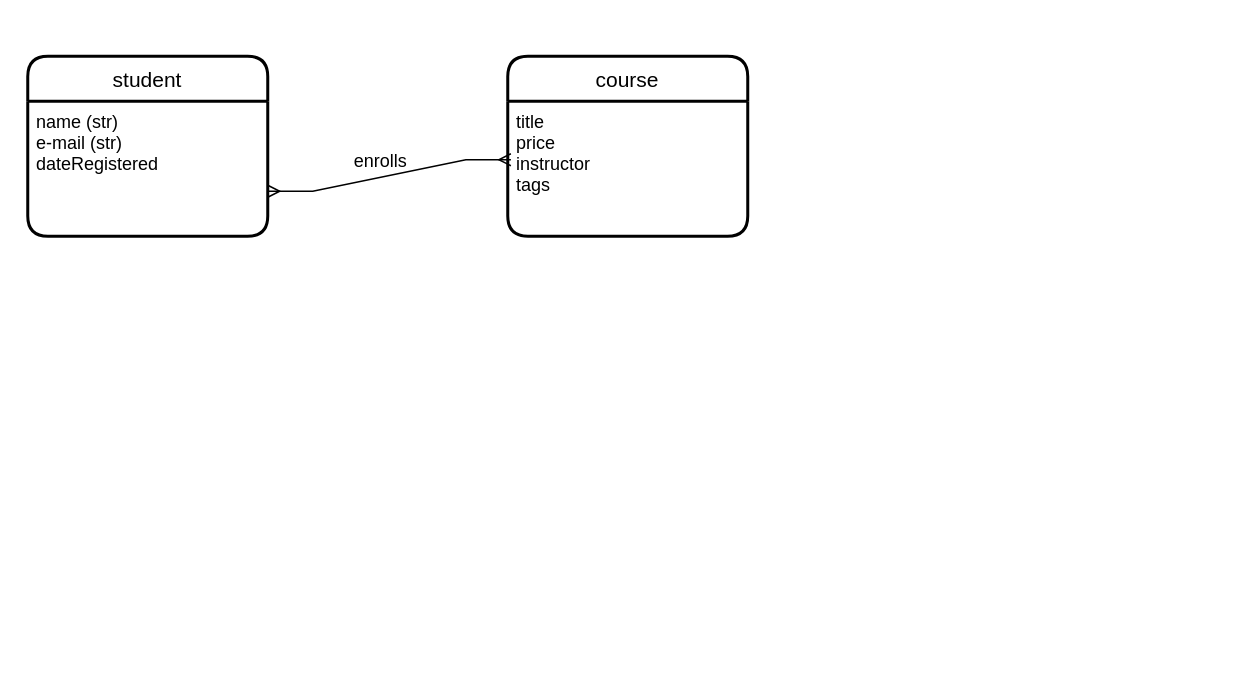
Above: Untitled Diagram.drawio in karma201799/karma201799 (draw.io), before the change. Source tidied: cells renumbered, new cells numbered last; positions are measured from the earlier drawing's top-left corner, leaving out a move shared by most shapes. Both pictures are drawn from the tidied source at 150%, with x=0, y=0 at pixel (27, 56).
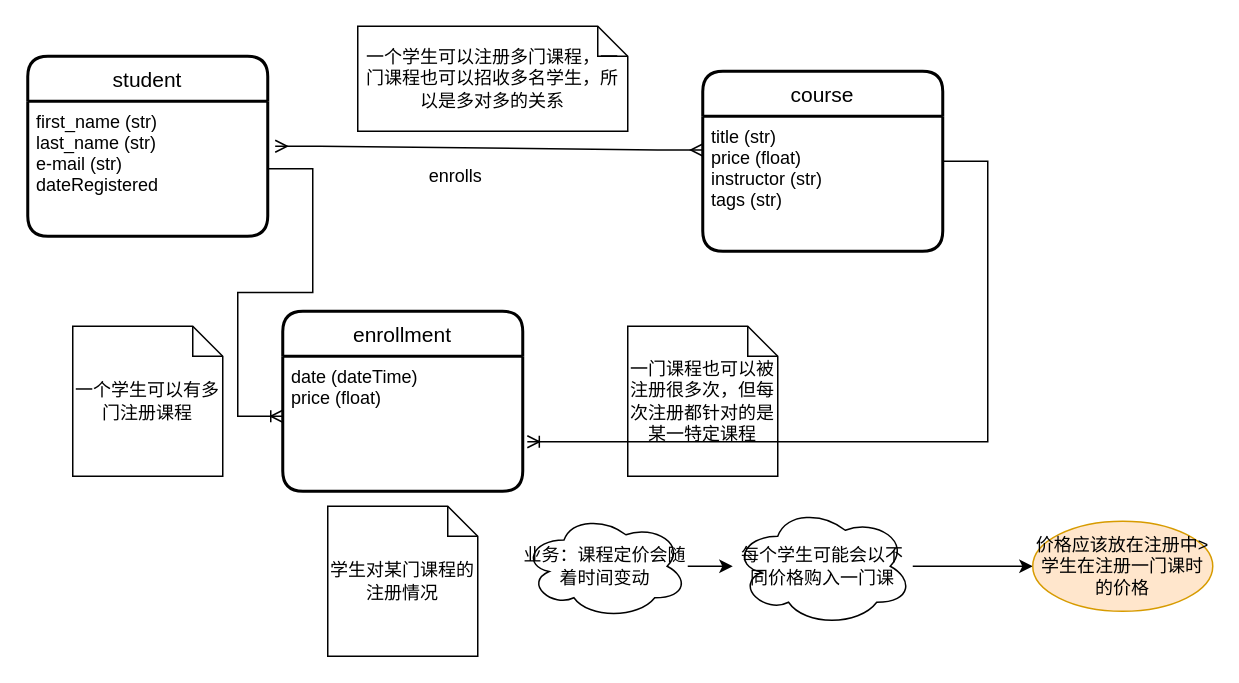
After the change.

The change refers to these unchanged cells:
```xml
<mxCell id="2" value="student" style="swimlane;horizontal=1;startSize=30;rounded=1;fontSize=14;fontStyle=0;strokeWidth=2;shadow=0;dashed=0;align=center;" parent="1" vertex="1">
  <mxGeometry width="160" height="120" as="geometry" />
</mxCell>
```

Change to the diagram source:
```diff
@@
-    <mxCell id="3" value="name (str)&#10;e-mail (str)&#10;dateRegistered" style="align=left;strokeColor=none;fillColor=none;spacingLeft=4;fontSize=12;verticalAlign=top;" parent="2" vertex="1">
+    <mxCell id="3" value="first_name (str)&#10;last_name (str)&#10;e-mail (str)&#10;dateRegistered" style="align=left;strokeColor=none;fillColor=none;spacingLeft=4;fontSize=12;verticalAlign=top;" parent="2" vertex="1">
       <mxGeometry y="30" width="160" height="90" as="geometry" />
     </mxCell>
     <mxCell id="4" value="course" style="swimlane;horizontal=1;startSize=30;rounded=1;fontSize=14;fontStyle=0;strokeWidth=2;shadow=0;dashed=0;align=center;" parent="1" vertex="1">
-      <mxGeometry x="320" width="160" height="120" as="geometry" />
+      <mxGeometry x="450" y="10" width="160" height="120" as="geometry" />
     </mxCell>
-    <mxCell id="5" value="title&#10;price&#10;instructor&#10;tags" style="align=left;strokeColor=none;fillColor=none;spacingLeft=4;fontSize=12;verticalAlign=top;" parent="4" vertex="1">
+    <mxCell id="5" value="title (str)&#10;price (float)&#10;instructor (str)&#10;tags (str)" style="align=left;strokeColor=none;fillColor=none;spacingLeft=4;fontSize=12;verticalAlign=top;" parent="4" vertex="1">
       <mxGeometry y="30" width="160" height="90" as="geometry" />
     </mxCell>
-    <mxCell id="6" style="edgeStyle=entityRelationEdgeStyle;fontSize=12;html=1;endArrow=ERmany;startArrow=ERmany;rounded=0;entryX=0.013;entryY=0.433;entryDx=0;entryDy=0;entryPerimeter=0;" parent="1" edge="1" target="5">
-      <mxGeometry relative="1" as="geometry">
-        <mxPoint x="160" y="90" as="sourcePoint" />
-      </mxGeometry>
+    <mxCell id="6" style="edgeStyle=entityRelationEdgeStyle;fontSize=12;html=1;endArrow=ERmany;startArrow=ERmany;rounded=0;entryX=0;entryY=0.25;entryDx=0;entryDy=0;exitX=1.031;exitY=0.333;exitDx=0;exitDy=0;exitPerimeter=0;" parent="1" edge="1" source="3" target="5">
+      <mxGeometry relative="1" as="geometry" />
     </mxCell>
     <mxCell id="7" value="enrolls" style="text;html=1;align=center;verticalAlign=middle;strokeColor=none;fillColor=none;" parent="1" vertex="1">
-      <mxGeometry x="210" y="60" width="50" height="20" as="geometry" />
+      <mxGeometry x="260" y="70" width="50" height="20" as="geometry" />
     </mxCell>
+    <mxCell id="8" value="一个学生可以注册多门课程，一门课程也可以招收多名学生，所以是多对多的关系" style="shape=note;size=20;whiteSpace=wrap;html=1;" parent="1" vertex="1">
+      <mxGeometry x="220" y="-20" width="180" height="70" as="geometry" />
+    </mxCell>
+    <mxCell id="9" value="enrollment" style="swimlane;horizontal=1;startSize=30;rounded=1;fontSize=14;fontStyle=0;strokeWidth=2;shadow=0;dashed=0;align=center;" parent="1" vertex="1">
+      <mxGeometry x="170" y="170" width="160" height="120" as="geometry" />
+    </mxCell>
+    <mxCell id="10" value="date (dateTime)&#10;price (float)" style="align=left;strokeColor=none;fillColor=none;spacingLeft=4;fontSize=12;verticalAlign=top;" parent="9" vertex="1">
+      <mxGeometry y="30" width="160" height="90" as="geometry" />
+    </mxCell>
+    <mxCell id="11" style="edgeStyle=entityRelationEdgeStyle;fontSize=12;html=1;endArrow=ERoneToMany;rounded=0;" parent="1" edge="1" source="3">
+      <mxGeometry relative="1" as="geometry">
+        <mxPoint x="170" y="240" as="targetPoint" />
+      </mxGeometry>
+    </mxCell>
+    <mxCell id="12" value="一个学生可以有多门注册课程" style="shape=note;size=20;whiteSpace=wrap;html=1;" parent="1" vertex="1">
+      <mxGeometry x="30" y="180" width="100" height="100" as="geometry" />
+    </mxCell>
+    <mxCell id="13" value="一门课程也可以被注册很多次，但每次注册都针对的是某一特定课程" style="shape=note;size=20;whiteSpace=wrap;html=1;" parent="1" vertex="1">
+      <mxGeometry x="400" y="180" width="100" height="100" as="geometry" />
+    </mxCell>
+    <mxCell id="14" style="edgeStyle=entityRelationEdgeStyle;fontSize=12;html=1;endArrow=ERoneToMany;rounded=0;entryX=1.019;entryY=0.633;entryDx=0;entryDy=0;entryPerimeter=0;" parent="1" edge="1" target="10">
+      <mxGeometry relative="1" as="geometry">
+        <mxPoint x="610" y="70" as="sourcePoint" />
+      </mxGeometry>
+    </mxCell>
+    <mxCell id="15" value="学生对某门课程的注册情况" style="shape=note;size=20;whiteSpace=wrap;html=1;" parent="1" vertex="1">
+      <mxGeometry x="200" y="300" width="100" height="100" as="geometry" />
+    </mxCell>
+    <mxCell id="16" style="edgeStyle=orthogonalEdgeStyle;rounded=0;jettySize=auto;html=1;" parent="1" edge="1" source="17" target="19">
+      <mxGeometry relative="1" as="geometry" />
+    </mxCell>
+    <mxCell id="17" value="业务：课程定价会随着时间变动" style="ellipse;shape=cloud;whiteSpace=wrap;html=1;align=center;" parent="1" vertex="1">
+      <mxGeometry x="330" y="305" width="110" height="70" as="geometry" />
+    </mxCell>
+    <mxCell id="18" style="edgeStyle=orthogonalEdgeStyle;rounded=0;jettySize=auto;html=1;" parent="1" edge="1" source="19" target="20">
+      <mxGeometry relative="1" as="geometry" />
+    </mxCell>
+    <mxCell id="19" value="每个学生可能会以不同价格购入一门课" style="ellipse;shape=cloud;whiteSpace=wrap;html=1;" parent="1" vertex="1">
+      <mxGeometry x="470" y="300" width="120" height="80" as="geometry" />
+    </mxCell>
+    <mxCell id="20" value="价格应该放在注册中&amp;gt;学生在注册一门课时的价格" style="ellipse;whiteSpace=wrap;html=1;fillColor=#ffe6cc;strokeColor=#d79b00;" parent="1" vertex="1">
+      <mxGeometry x="670" y="310" width="120" height="60" as="geometry" />
+    </mxCell>
```
